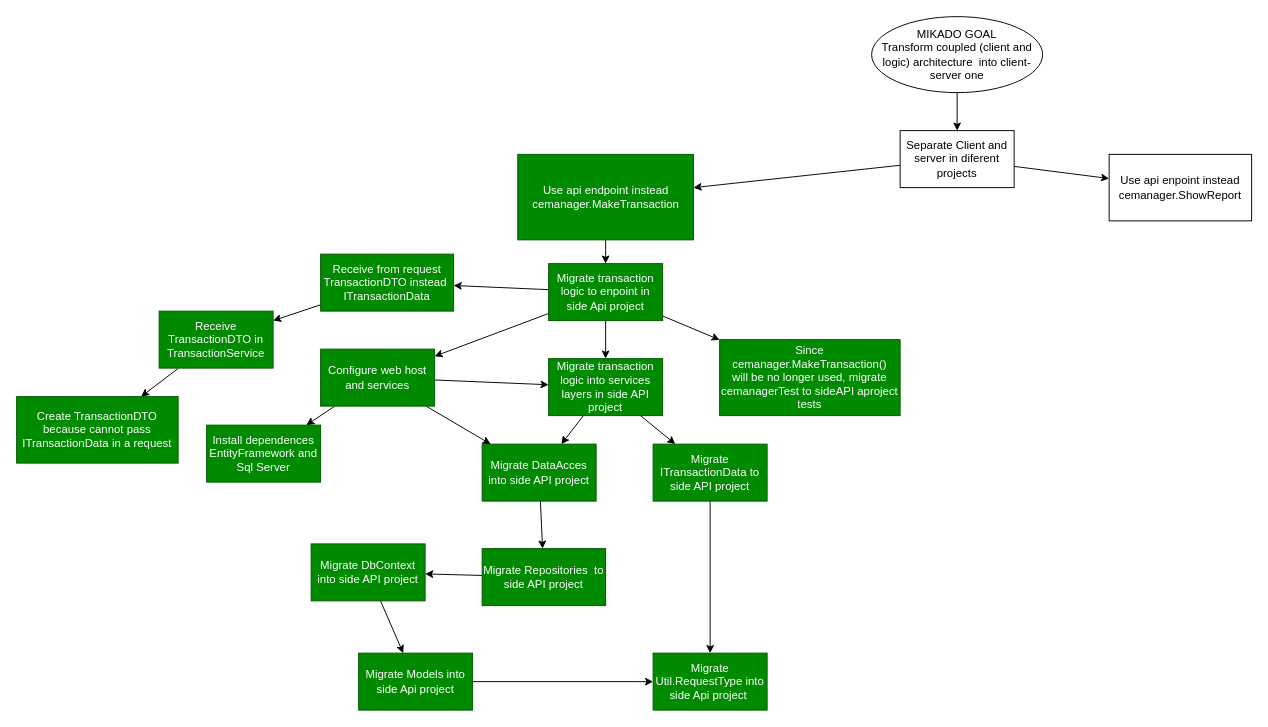
Above: Docs/Diagrams/refactor_to_client-server(MikadoGraph).drawio in Camilo716/Customized-Expense-Manager (draw.io), before the change. Source tidied: cells renumbered, new cells numbered last; positions are measured from the earlier drawing's top-left corner, leaving out a move shared by most shapes. Both pictures are drawn from the tidied source at 95%, with x=0, y=0 at pixel (16, 16).
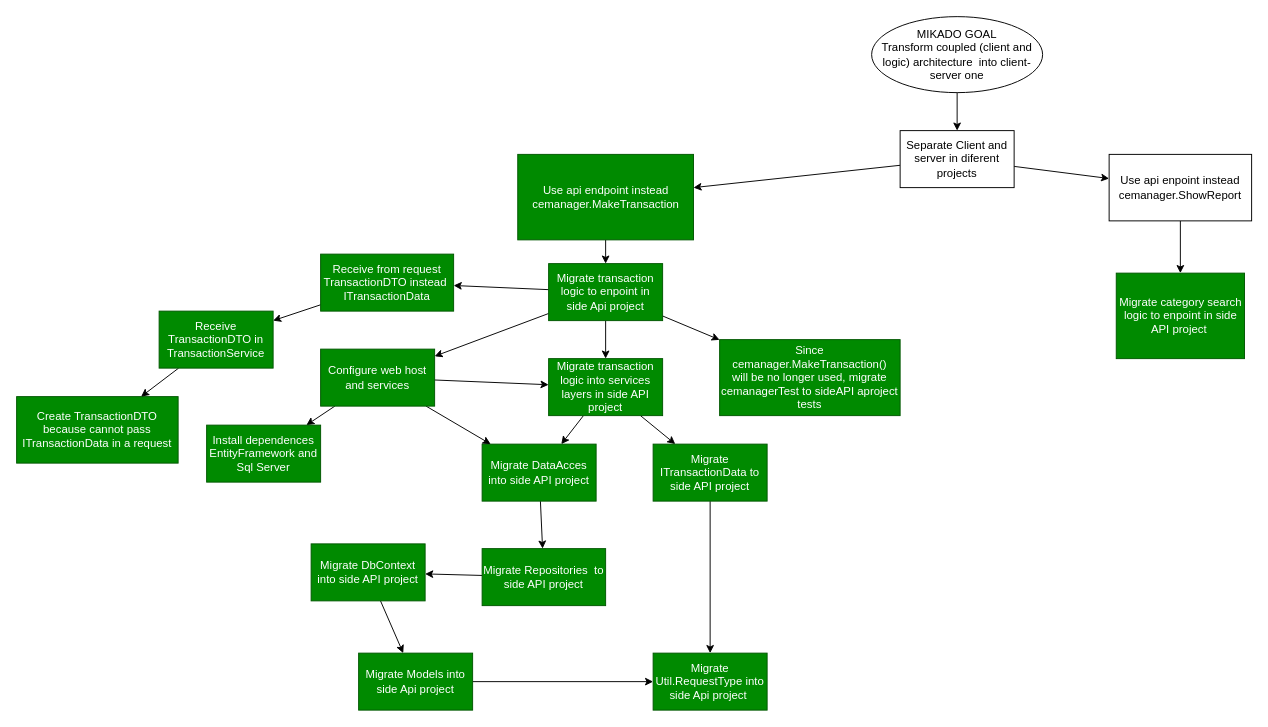
After the change.

Commit message (it also covers changes not shown here):
Migrate category search to API project

The change refers to these unchanged cells:
```xml
<mxCell id="34" value="Use api enpoint instead cemanager.ShowReport" style="whiteSpace=wrap;html=1;" parent="1" vertex="1">
  <mxGeometry x="1150" y="145" width="150" height="70" as="geometry" />
</mxCell>
```

The edit, as a diff of the source:
```diff
@@
+    <mxCell id="40" style="edgeStyle=none;html=1;" parent="1" edge="1" source="34" target="41">
+      <mxGeometry relative="1" as="geometry" />
+    </mxCell>
@@
+    <mxCell id="41" value="Migrate category search logic to enpoint in side API project&amp;nbsp;" style="whiteSpace=wrap;html=1;fillColor=#008a00;fontColor=#ffffff;strokeColor=#005700;" parent="1" vertex="1">
+      <mxGeometry x="1157.5" y="270" width="135" height="90" as="geometry" />
+    </mxCell>
```
